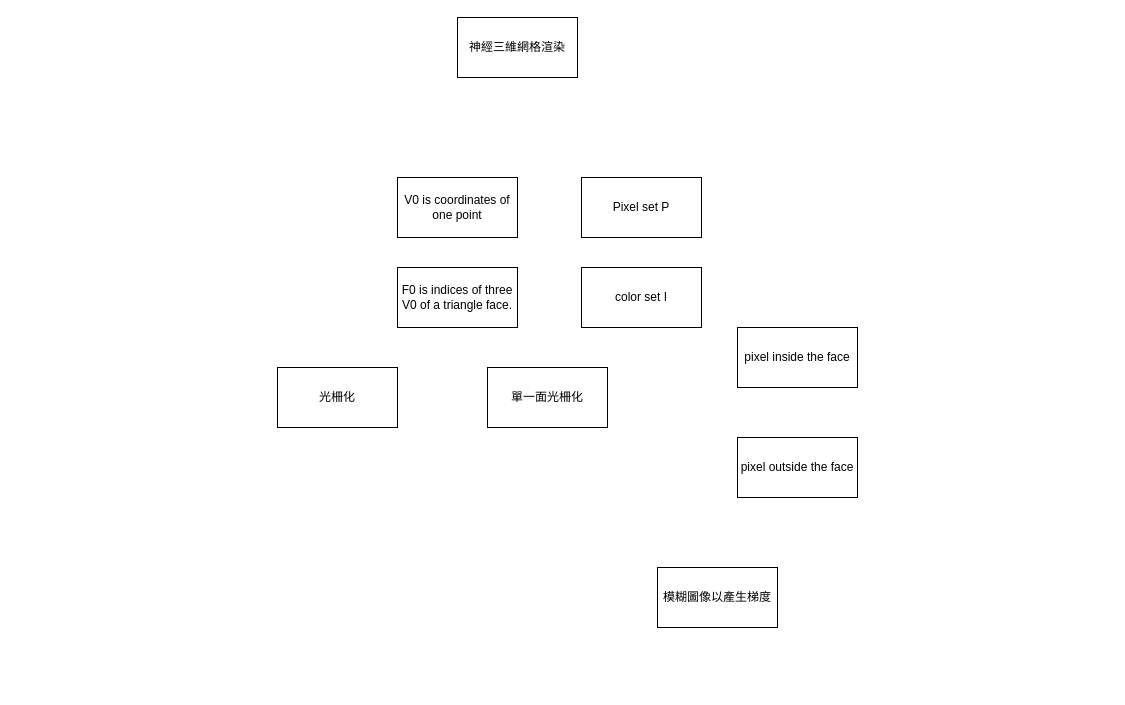
Earlier version of the draw.io diagram 3DNR.drawio (GPL1024/BigNews). Source tidied: cells renumbered, new cells numbered last; positions are measured from the earlier drawing's top-left corner, leaving out a move shared by most shapes. Both pictures are drawn from the tidied source at 100%, with x=0, y=0 at pixel (277, 17).
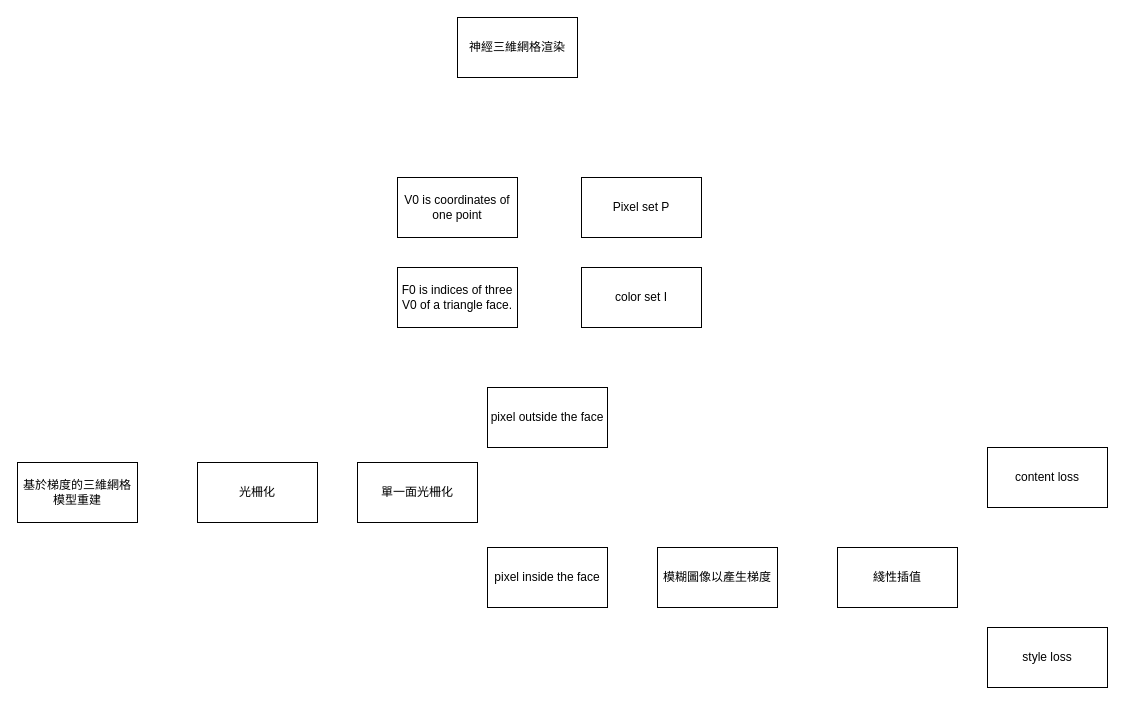
The same page after the edit.

Change to the diagram source:
```diff
@@
 <mxGraphModel>
   <root>
     <mxCell id="0" />
     <mxCell id="1" parent="0" />
     <mxCell id="2" value="光柵化" style="rounded=0;whiteSpace=wrap;html=1;" parent="1" vertex="1">
-      <mxGeometry y="350" width="120" height="60" as="geometry" />
+      <mxGeometry x="-80" y="445" width="120" height="60" as="geometry" />
     </mxCell>
     <mxCell id="3" value="神經三維網格渲染" style="rounded=0;whiteSpace=wrap;html=1;" parent="1" vertex="1">
       <mxGeometry x="180" width="120" height="60" as="geometry" />
     </mxCell>
     <mxCell id="4" value="V0 is coordinates of one point" style="rounded=0;whiteSpace=wrap;html=1;" parent="1" vertex="1">
       <mxGeometry x="120" y="160" width="120" height="60" as="geometry" />
     </mxCell>
     <mxCell id="5" value="F0 is indices of three V0 of a triangle face." style="rounded=0;whiteSpace=wrap;html=1;" parent="1" vertex="1">
       <mxGeometry x="120" y="250" width="120" height="60" as="geometry" />
     </mxCell>
     <mxCell id="6" value="Pixel set P" style="rounded=0;whiteSpace=wrap;html=1;" parent="1" vertex="1">
       <mxGeometry x="304" y="160" width="120" height="60" as="geometry" />
     </mxCell>
     <mxCell id="7" value="color set I" style="rounded=0;whiteSpace=wrap;html=1;" parent="1" vertex="1">
       <mxGeometry x="304" y="250" width="120" height="60" as="geometry" />
     </mxCell>
     <mxCell id="8" value="單一面光柵化" style="rounded=0;whiteSpace=wrap;html=1;" parent="1" vertex="1">
-      <mxGeometry x="210" y="350" width="120" height="60" as="geometry" />
+      <mxGeometry x="80" y="445" width="120" height="60" as="geometry" />
     </mxCell>
     <mxCell id="9" value="pixel inside the face" style="rounded=0;whiteSpace=wrap;html=1;" parent="1" vertex="1">
-      <mxGeometry x="460" y="310" width="120" height="60" as="geometry" />
+      <mxGeometry x="210" y="530" width="120" height="60" as="geometry" />
     </mxCell>
     <mxCell id="10" value="pixel outside the face" style="rounded=0;whiteSpace=wrap;html=1;" parent="1" vertex="1">
-      <mxGeometry x="460" y="420" width="120" height="60" as="geometry" />
+      <mxGeometry x="210" y="370" width="120" height="60" as="geometry" />
     </mxCell>
     <mxCell id="11" value="模糊圖像以產生梯度" style="rounded=0;whiteSpace=wrap;html=1;" parent="1" vertex="1">
-      <mxGeometry x="380" y="550" width="120" height="60" as="geometry" />
+      <mxGeometry x="380" y="530" width="120" height="60" as="geometry" />
     </mxCell>
+    <mxCell id="12" value="綫性插值" style="rounded=0;whiteSpace=wrap;html=1;" parent="1" vertex="1">
+      <mxGeometry x="560" y="530" width="120" height="60" as="geometry" />
+    </mxCell>
+    <mxCell id="13" value="content loss" style="rounded=0;whiteSpace=wrap;html=1;" parent="1" vertex="1">
+      <mxGeometry x="710" y="430" width="120" height="60" as="geometry" />
+    </mxCell>
+    <mxCell id="14" value="style loss" style="rounded=0;whiteSpace=wrap;html=1;" parent="1" vertex="1">
+      <mxGeometry x="710" y="610" width="120" height="60" as="geometry" />
+    </mxCell>
+    <mxCell id="15" value="基於梯度的三維網格模型重建" style="rounded=0;whiteSpace=wrap;html=1;" parent="1" vertex="1">
+      <mxGeometry x="-260" y="445" width="120" height="60" as="geometry" />
+    </mxCell>
   </root>
 </mxGraphModel>
```
